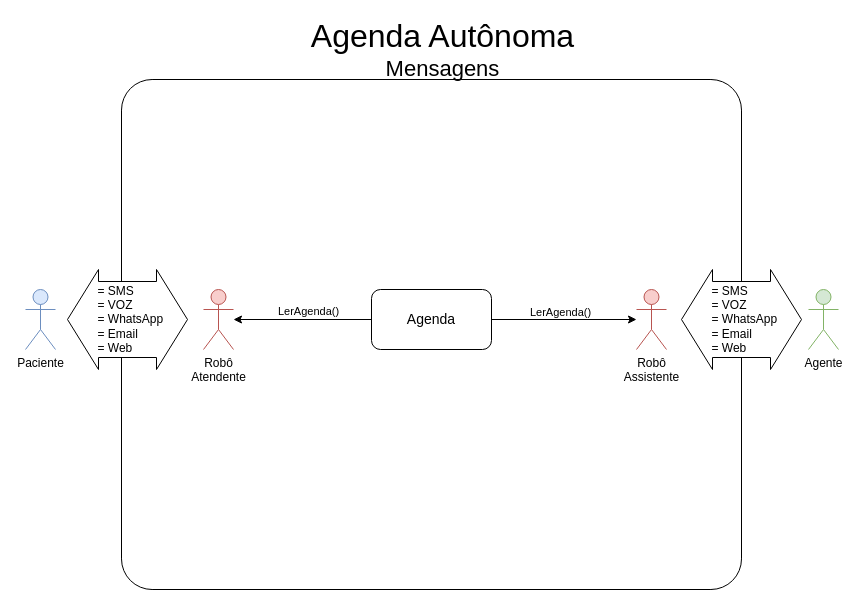
This is page "Página-2" (2 of 2) of Agenda.drawio from gunboe/Agenda, a draw.io file, before an edit. Source tidied: cells renumbered, new cells numbered last; positions are measured from the earlier drawing's top-left corner, leaving out a move shared by most shapes. Both pictures are drawn from the tidied source at 100%, with x=0, y=0 at pixel (25, 19).
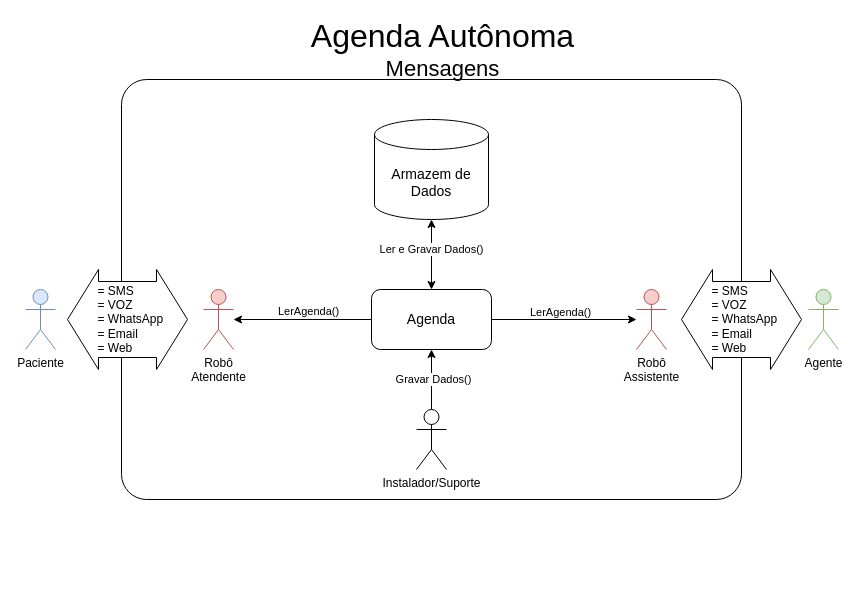
Above is the later version.

Unchanged cells that the change refers to:
```xml
<mxCell id="12" value="Agenda" style="rounded=1;whiteSpace=wrap;html=1;fontSize=14;" parent="1" vertex="1">
  <mxGeometry x="346" y="270" width="120" height="60" as="geometry" />
</mxCell>
```

The edit, as a diff of the source:
```diff
@@
     <mxCell id="2" style="rounded=1;whiteSpace=wrap;html=1;arcSize=6;" parent="1" vertex="1">
-      <mxGeometry x="96" y="60" width="620" height="510" as="geometry" />
+      <mxGeometry x="96" y="60" width="620" height="420" as="geometry" />
     </mxCell>
@@
+    <mxCell id="15" value="&lt;font style=&quot;font-size: 14px;&quot;&gt;Armazem de Dados&lt;/font&gt;" style="shape=cylinder3;whiteSpace=wrap;html=1;boundedLbl=1;backgroundOutline=1;size=15;" parent="1" vertex="1">
+      <mxGeometry x="349" y="100" width="114" height="100" as="geometry" />
+    </mxCell>
+    <mxCell id="16" style="edgeStyle=orthogonalEdgeStyle;rounded=0;jettySize=auto;html=1;entryX=0.5;entryY=1;entryDx=0;entryDy=0;entryPerimeter=0;startArrow=classic;startFill=1;endArrow=classic;endFill=1;" parent="1" edge="1" source="12" target="15">
+      <mxGeometry relative="1" as="geometry" />
+    </mxCell>
+    <mxCell id="17" value="Ler e Gravar Dados()" style="edgeLabel;html=1;align=center;verticalAlign=middle;" parent="16" vertex="1">
+      <mxGeometry x="0.16" y="1" relative="1" as="geometry" />
+    </mxCell>
+    <mxCell id="18" style="edgeStyle=orthogonalEdgeStyle;rounded=0;jettySize=auto;html=1;entryX=0.5;entryY=1;entryDx=0;entryDy=0;" parent="1" edge="1" source="20" target="12">
+      <mxGeometry relative="1" as="geometry" />
+    </mxCell>
+    <mxCell id="19" value="Gravar Dados()" style="edgeLabel;html=1;align=center;verticalAlign=middle;" parent="18" vertex="1">
+      <mxGeometry x="0.03" y="-1" relative="1" as="geometry" />
+    </mxCell>
+    <mxCell id="20" value="Instalador/Suporte" style="shape=umlActor;verticalLabelPosition=bottom;verticalAlign=top;html=1;outlineConnect=0;" parent="1" vertex="1">
+      <mxGeometry x="391" y="390" width="30" height="60" as="geometry" />
+    </mxCell>
```
